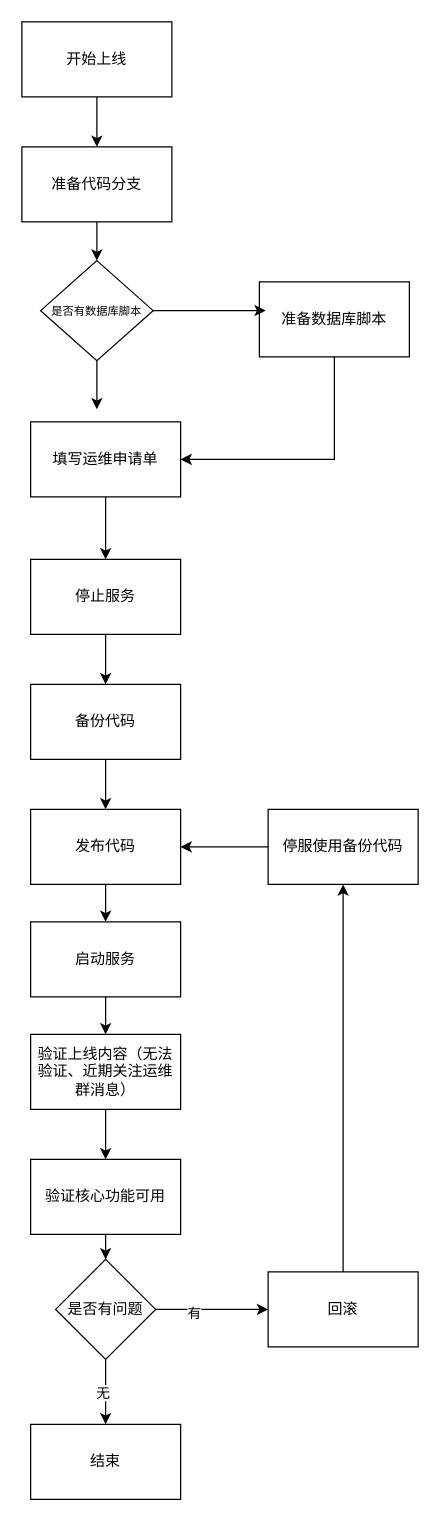
The draw.io diagram 未命名绘图.drawio in zhangfengman/autoJs, before the edit. Source tidied: cells renumbered, new cells numbered last; positions are measured from the earlier drawing's top-left corner, leaving out a move shared by most shapes. Both pictures are drawn from the tidied source at 125%, with x=0, y=0 at pixel (21, 21).
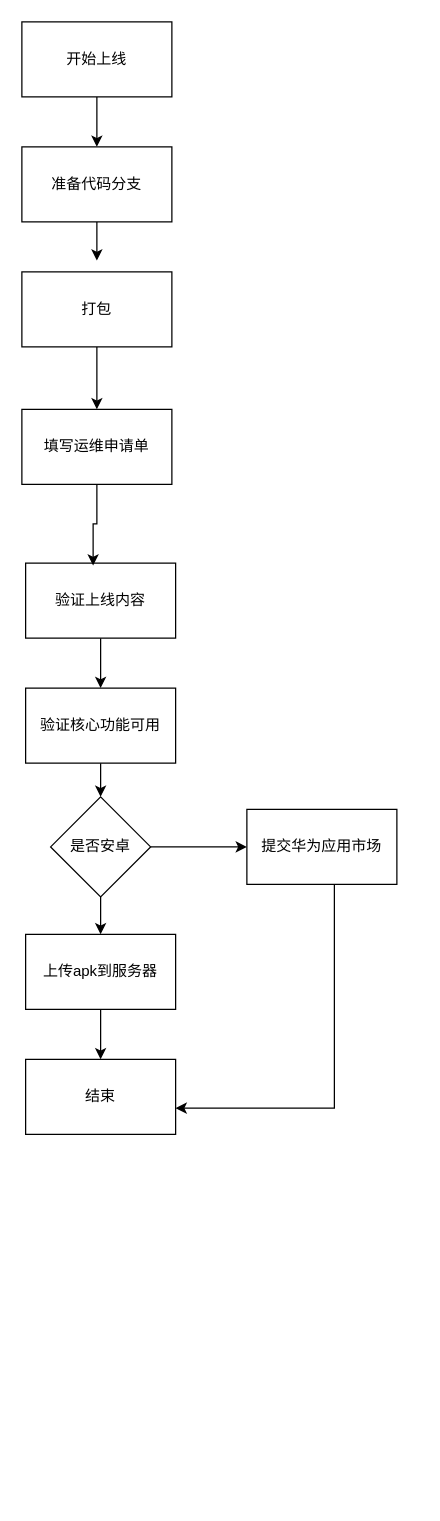
After the change.

The change refers to these unchanged cells:
```xml
<mxCell id="5" value="准备代码分支" style="rounded=0;whiteSpace=wrap;html=1;" parent="1" vertex="1">
  <mxGeometry y="100" width="120" height="60" as="geometry" />
</mxCell>
```

The edit, as a diff of the source:
```diff
@@
-    <mxCell id="4" style="edgeStyle=orthogonalEdgeStyle;rounded=0;jettySize=auto;html=1;entryX=0.5;entryY=0;entryDx=0;entryDy=0;" parent="1" edge="1" source="5" target="9">
-      <mxGeometry relative="1" as="geometry" />
+    <mxCell id="4" style="edgeStyle=orthogonalEdgeStyle;rounded=0;jettySize=auto;html=1;entryX=0.5;entryY=0;entryDx=0;entryDy=0;" parent="1" edge="1" source="5">
+      <mxGeometry relative="1" as="geometry">
+        <mxPoint x="60" y="191" as="targetPoint" />
+      </mxGeometry>
     </mxCell>
@@
-    <mxCell id="6" style="edgeStyle=orthogonalEdgeStyle;rounded=0;jettySize=auto;html=1;entryX=1;entryY=0.5;entryDx=0;entryDy=0;" parent="1" edge="1" source="7" target="11">
-      <mxGeometry relative="1" as="geometry">
-        <Array as="points">
-          <mxPoint x="250" y="350" />
-        </Array>
-      </mxGeometry>
-    </mxCell>
-    <mxCell id="7" value="准备数据库脚本" style="rounded=0;whiteSpace=wrap;html=1;" parent="1" vertex="1">
-      <mxGeometry x="190" y="208" width="120" height="60" as="geometry" />
-    </mxCell>
-    <mxCell id="8" style="edgeStyle=orthogonalEdgeStyle;rounded=0;jettySize=auto;html=1;" parent="1" edge="1" source="9">
-      <mxGeometry relative="1" as="geometry">
-        <mxPoint x="60" y="310" as="targetPoint" />
-      </mxGeometry>
-    </mxCell>
-    <mxCell id="9" value="&lt;font style=&quot;font-size: 9px;&quot;&gt;是否有数据库脚本&lt;/font&gt;" style="rhombus;whiteSpace=wrap;html=1;" parent="1" vertex="1">
-      <mxGeometry x="15" y="191" width="90" height="80" as="geometry" />
-    </mxCell>
-    <mxCell id="10" style="edgeStyle=orthogonalEdgeStyle;rounded=0;jettySize=auto;html=1;entryX=0.5;entryY=0;entryDx=0;entryDy=0;" parent="1" edge="1" source="11" target="13">
-      <mxGeometry relative="1" as="geometry" />
-    </mxCell>
     <mxCell id="11" value="填写运维申请单" style="rounded=0;whiteSpace=wrap;html=1;" parent="1" vertex="1">
-      <mxGeometry x="7" y="320" width="120" height="60" as="geometry" />
+      <mxGeometry y="310" width="120" height="60" as="geometry" />
     </mxCell>
-    <mxCell id="12" style="edgeStyle=orthogonalEdgeStyle;rounded=0;jettySize=auto;html=1;entryX=0.5;entryY=0;entryDx=0;entryDy=0;" parent="1" edge="1" source="13" target="15">
-      <mxGeometry relative="1" as="geometry" />
-    </mxCell>
-    <mxCell id="13" value="停止服务" style="rounded=0;whiteSpace=wrap;html=1;" parent="1" vertex="1">
-      <mxGeometry x="7" y="430" width="120" height="60" as="geometry" />
-    </mxCell>
-    <mxCell id="14" style="edgeStyle=orthogonalEdgeStyle;rounded=0;jettySize=auto;html=1;entryX=0.5;entryY=0;entryDx=0;entryDy=0;" parent="1" edge="1" source="15" target="17">
-      <mxGeometry relative="1" as="geometry" />
-    </mxCell>
-    <mxCell id="15" value="备份代码" style="rounded=0;whiteSpace=wrap;html=1;" parent="1" vertex="1">
-      <mxGeometry x="7" y="530" width="120" height="60" as="geometry" />
-    </mxCell>
-    <mxCell id="16" style="edgeStyle=orthogonalEdgeStyle;rounded=0;jettySize=auto;html=1;entryX=0.5;entryY=0;entryDx=0;entryDy=0;" parent="1" edge="1" source="17" target="19">
-      <mxGeometry relative="1" as="geometry" />
-    </mxCell>
-    <mxCell id="17" value="发布代码" style="rounded=0;whiteSpace=wrap;html=1;" parent="1" vertex="1">
-      <mxGeometry x="7" y="630" width="120" height="60" as="geometry" />
-    </mxCell>
-    <mxCell id="18" style="edgeStyle=orthogonalEdgeStyle;rounded=0;jettySize=auto;html=1;entryX=0.5;entryY=0;entryDx=0;entryDy=0;" parent="1" edge="1" source="19" target="21">
-      <mxGeometry relative="1" as="geometry" />
-    </mxCell>
-    <mxCell id="19" value="启动服务" style="rounded=0;whiteSpace=wrap;html=1;" parent="1" vertex="1">
-      <mxGeometry x="7" y="720" width="120" height="60" as="geometry" />
-    </mxCell>
@@
-    <mxCell id="21" value="验证上线内容（无法验证、近期关注运维群消息）" style="rounded=0;whiteSpace=wrap;html=1;" parent="1" vertex="1">
-      <mxGeometry x="7" y="810" width="120" height="60" as="geometry" />
+    <mxCell id="21" value="验证上线内容" style="rounded=0;whiteSpace=wrap;html=1;" parent="1" vertex="1">
+      <mxGeometry x="3" y="433" width="120" height="60" as="geometry" />
     </mxCell>
-    <mxCell id="22" style="edgeStyle=orthogonalEdgeStyle;rounded=0;jettySize=auto;html=1;entryX=0.5;entryY=0;entryDx=0;entryDy=0;" parent="1" edge="1" source="23" target="28">
-      <mxGeometry relative="1" as="geometry" />
-    </mxCell>
+    <mxCell id="35" style="edgeStyle=orthogonalEdgeStyle;rounded=0;jettySize=auto;html=1;entryX=0.5;entryY=0;entryDx=0;entryDy=0;" parent="1" edge="1" source="23" target="41">
+      <mxGeometry relative="1" as="geometry" />
+    </mxCell>
     <mxCell id="23" value="验证核心功能可用" style="rounded=0;whiteSpace=wrap;html=1;" parent="1" vertex="1">
-      <mxGeometry x="7" y="910" width="120" height="60" as="geometry" />
+      <mxGeometry x="3" y="533" width="120" height="60" as="geometry" />
     </mxCell>
-    <mxCell id="24" style="edgeStyle=orthogonalEdgeStyle;rounded=0;jettySize=auto;html=1;entryX=0;entryY=0.5;entryDx=0;entryDy=0;" parent="1" edge="1" source="28" target="31">
-      <mxGeometry relative="1" as="geometry" />
-    </mxCell>
-    <mxCell id="25" value="有" style="edgeLabel;html=1;align=center;verticalAlign=middle;" parent="24" vertex="1">
-      <mxGeometry x="-0.33" y="-2" relative="1" as="geometry" />
-    </mxCell>
-    <mxCell id="26" style="edgeStyle=orthogonalEdgeStyle;rounded=0;jettySize=auto;html=1;exitX=0.5;exitY=1;exitDx=0;exitDy=0;" parent="1" edge="1" source="28" target="29">
-      <mxGeometry relative="1" as="geometry" />
-    </mxCell>
-    <mxCell id="27" value="无" style="edgeLabel;html=1;align=center;verticalAlign=middle;" parent="26" vertex="1">
-      <mxGeometry y="-3" relative="1" as="geometry" />
-    </mxCell>
-    <mxCell id="28" value="是否有问题" style="rhombus;whiteSpace=wrap;html=1;" parent="1" vertex="1">
-      <mxGeometry x="27" y="990" width="80" height="80" as="geometry" />
-    </mxCell>
     <mxCell id="29" value="结束" style="rounded=0;whiteSpace=wrap;html=1;" parent="1" vertex="1">
-      <mxGeometry x="7" y="1122" width="120" height="60" as="geometry" />
+      <mxGeometry x="3" y="830" width="120" height="60" as="geometry" />
     </mxCell>
-    <mxCell id="30" style="edgeStyle=orthogonalEdgeStyle;rounded=0;jettySize=auto;html=1;entryX=0.5;entryY=1;entryDx=0;entryDy=0;" parent="1" edge="1" source="31" target="34">
-      <mxGeometry relative="1" as="geometry" />
-    </mxCell>
-    <mxCell id="31" value="回滚" style="rounded=0;whiteSpace=wrap;html=1;" parent="1" vertex="1">
-      <mxGeometry x="197" y="1000" width="120" height="60" as="geometry" />
-    </mxCell>
-    <mxCell id="32" style="edgeStyle=orthogonalEdgeStyle;rounded=0;jettySize=auto;html=1;exitX=1;exitY=0.5;exitDx=0;exitDy=0;entryX=0.042;entryY=0.383;entryDx=0;entryDy=0;entryPerimeter=0;" parent="1" edge="1" source="9" target="7">
-      <mxGeometry relative="1" as="geometry" />
-    </mxCell>
-    <mxCell id="33" style="edgeStyle=orthogonalEdgeStyle;rounded=0;jettySize=auto;html=1;entryX=1;entryY=0.5;entryDx=0;entryDy=0;" parent="1" edge="1" source="34" target="17">
-      <mxGeometry relative="1" as="geometry" />
-    </mxCell>
-    <mxCell id="34" value="停服使用备份代码" style="rounded=0;whiteSpace=wrap;html=1;" parent="1" vertex="1">
-      <mxGeometry x="197" y="630" width="120" height="60" as="geometry" />
-    </mxCell>
+    <mxCell id="36" style="edgeStyle=orthogonalEdgeStyle;rounded=0;jettySize=auto;html=1;entryX=0.5;entryY=0;entryDx=0;entryDy=0;" parent="1" edge="1" source="37" target="11">
+      <mxGeometry relative="1" as="geometry" />
+    </mxCell>
+    <mxCell id="37" value="打包" style="rounded=0;whiteSpace=wrap;html=1;" parent="1" vertex="1">
+      <mxGeometry y="200" width="120" height="60" as="geometry" />
+    </mxCell>
+    <mxCell id="38" style="edgeStyle=orthogonalEdgeStyle;rounded=0;jettySize=auto;html=1;entryX=0.45;entryY=0.033;entryDx=0;entryDy=0;entryPerimeter=0;" parent="1" edge="1" source="11" target="21">
+      <mxGeometry relative="1" as="geometry" />
+    </mxCell>
+    <mxCell id="39" style="edgeStyle=orthogonalEdgeStyle;rounded=0;jettySize=auto;html=1;exitX=0.5;exitY=1;exitDx=0;exitDy=0;entryX=0.5;entryY=0;entryDx=0;entryDy=0;" parent="1" edge="1" source="41" target="43">
+      <mxGeometry relative="1" as="geometry" />
+    </mxCell>
+    <mxCell id="40" style="edgeStyle=orthogonalEdgeStyle;rounded=0;jettySize=auto;html=1;exitX=1;exitY=0.5;exitDx=0;exitDy=0;" parent="1" edge="1" source="41" target="44">
+      <mxGeometry relative="1" as="geometry" />
+    </mxCell>
+    <mxCell id="41" value="是否安卓" style="rhombus;whiteSpace=wrap;html=1;" parent="1" vertex="1">
+      <mxGeometry x="23" y="620" width="80" height="80" as="geometry" />
+    </mxCell>
+    <mxCell id="42" style="edgeStyle=orthogonalEdgeStyle;rounded=0;jettySize=auto;html=1;" parent="1" edge="1" source="43" target="29">
+      <mxGeometry relative="1" as="geometry" />
+    </mxCell>
+    <mxCell id="43" value="上传apk到服务器" style="rounded=0;whiteSpace=wrap;html=1;" parent="1" vertex="1">
+      <mxGeometry x="3" y="730" width="120" height="60" as="geometry" />
+    </mxCell>
+    <mxCell id="44" value="提交华为应用市场" style="rounded=0;whiteSpace=wrap;html=1;" parent="1" vertex="1">
+      <mxGeometry x="180" y="630" width="120" height="60" as="geometry" />
+    </mxCell>
+    <mxCell id="45" style="edgeStyle=orthogonalEdgeStyle;rounded=0;jettySize=auto;html=1;entryX=1;entryY=0.65;entryDx=0;entryDy=0;entryPerimeter=0;" parent="1" edge="1" source="44" target="29">
+      <mxGeometry relative="1" as="geometry">
+        <Array as="points">
+          <mxPoint x="250" y="869" />
+        </Array>
+      </mxGeometry>
+    </mxCell>
```
